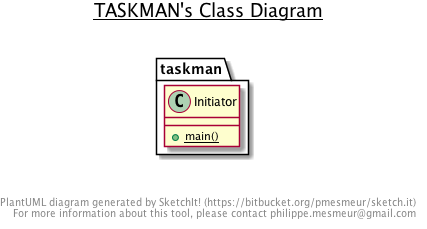
Above: diagrams/class_diagram/reverse_engineered/taskman.png in julienbenaouda/projectJJA (PlantUML), before the change. Source of this version:
```plantuml
@startuml

title __TASKMAN's Class Diagram__\n

  package taskman {
    class Initiator {
        {static} + main()
    }
  }




right footer


PlantUML diagram generated by SketchIt! (https://bitbucket.org/pmesmeur/sketch.it)
For more information about this tool, please contact philippe.mesmeur@gmail.com
endfooter

@enduml
```
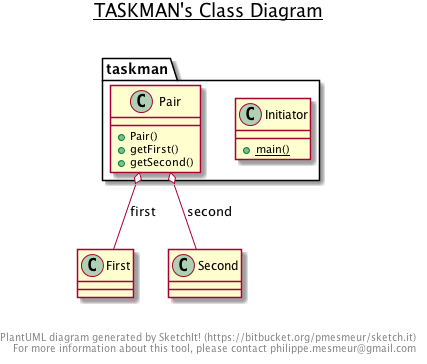
Above is the later version.

Change to the diagram source:
```diff
@@ -9,6 +9,17 @@
   }
 
 
+  package taskman {
+    class Pair {
+        + Pair()
+        + getFirst()
+        + getSecond()
+    }
+  }
+
+
+  Pair o-- First : first
+  Pair o-- Second : second
 
 
 right footer
```
